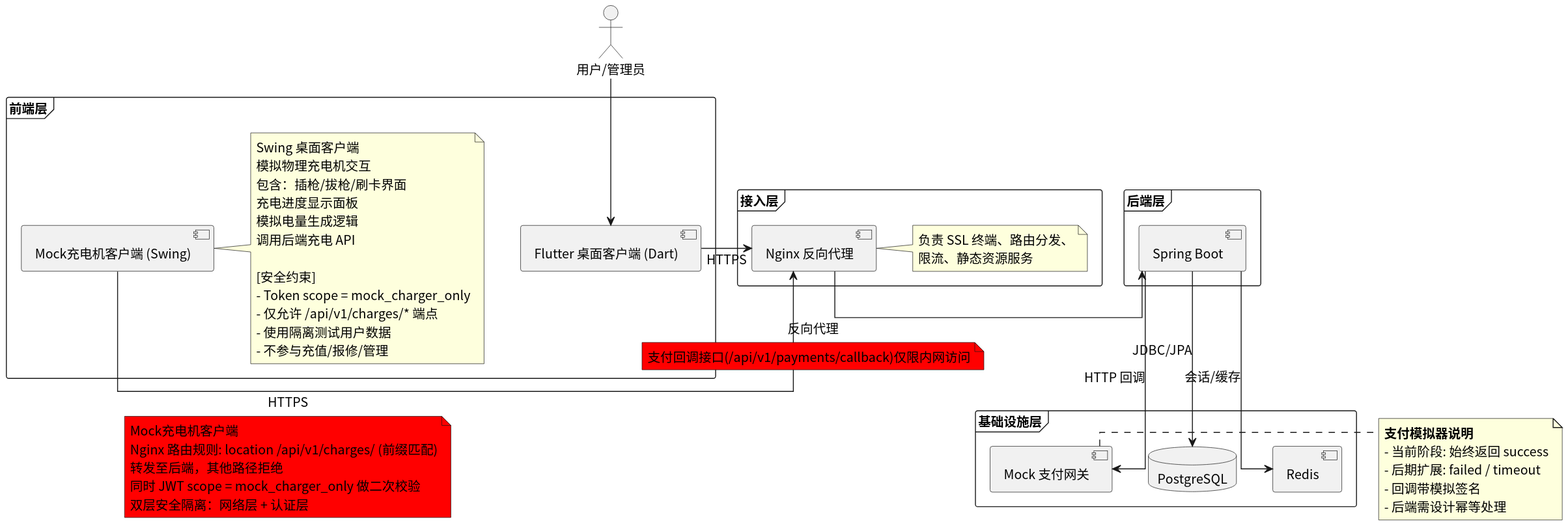
The PlantUML diagram usecase/docs/containerd/img/deployment_overview.svg in greenhandzdl/charging-station-doc, before a commit.
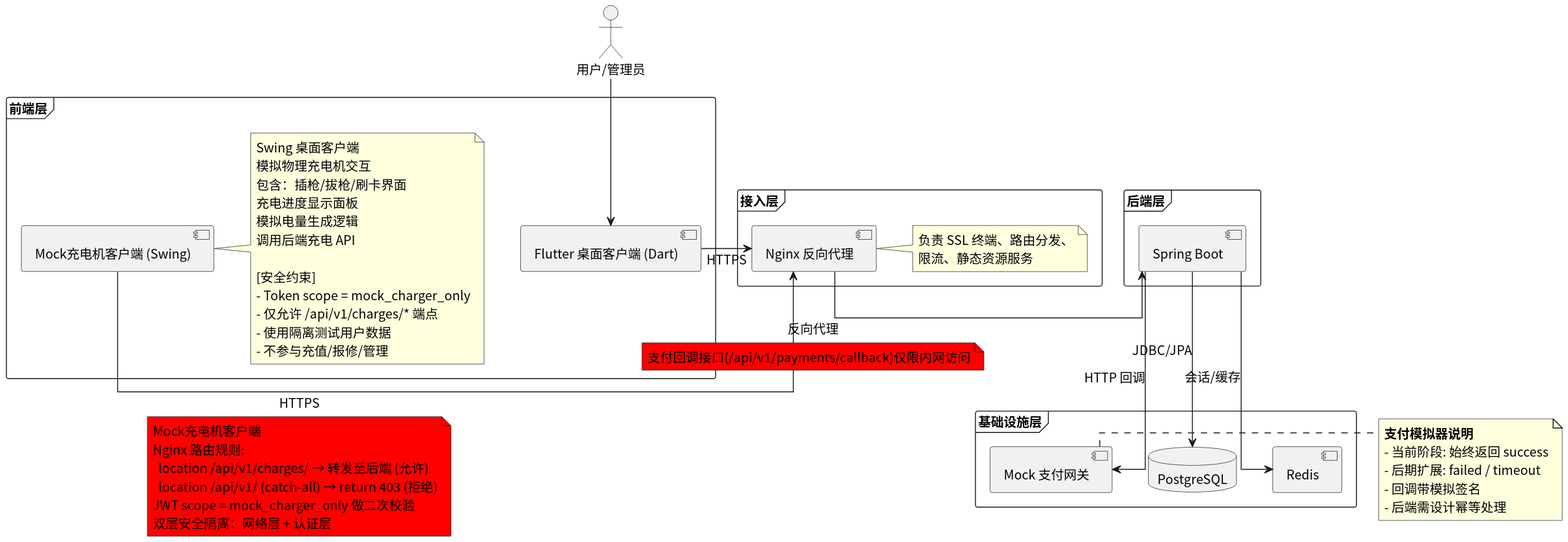
Above is the later version.

The edit, as a diff of the source:
```diff
@@ -46,7 +46,7 @@
 FE -right-> NGX : HTTPS
 
 MC -right-> NGX : HTTPS
-note on link #f00: Mock充电机客户端\nNginx 路由规则: location /api/v1/charges/ (前缀匹配)\n转发至后端，其他路径拒绝\n同时 JWT scope = mock_charger_only 做二次校验\n双层安全隔离：网络层 + 认证层
+note on link #f00: Mock充电机客户端\nNginx 路由规则:\n  location /api/v1/charges/ → 转发至后端 (允许)\n  location /api/v1/ (catch-all) → return 403 (拒绝)\nJWT scope = mock_charger_only 做二次校验\n双层安全隔离：网络层 + 认证层
 
 NGX -right-> BE : 反向代理
 note on link #f00: 支付回调接口(/api/v1/payments/callback)仅限内网访问
```
